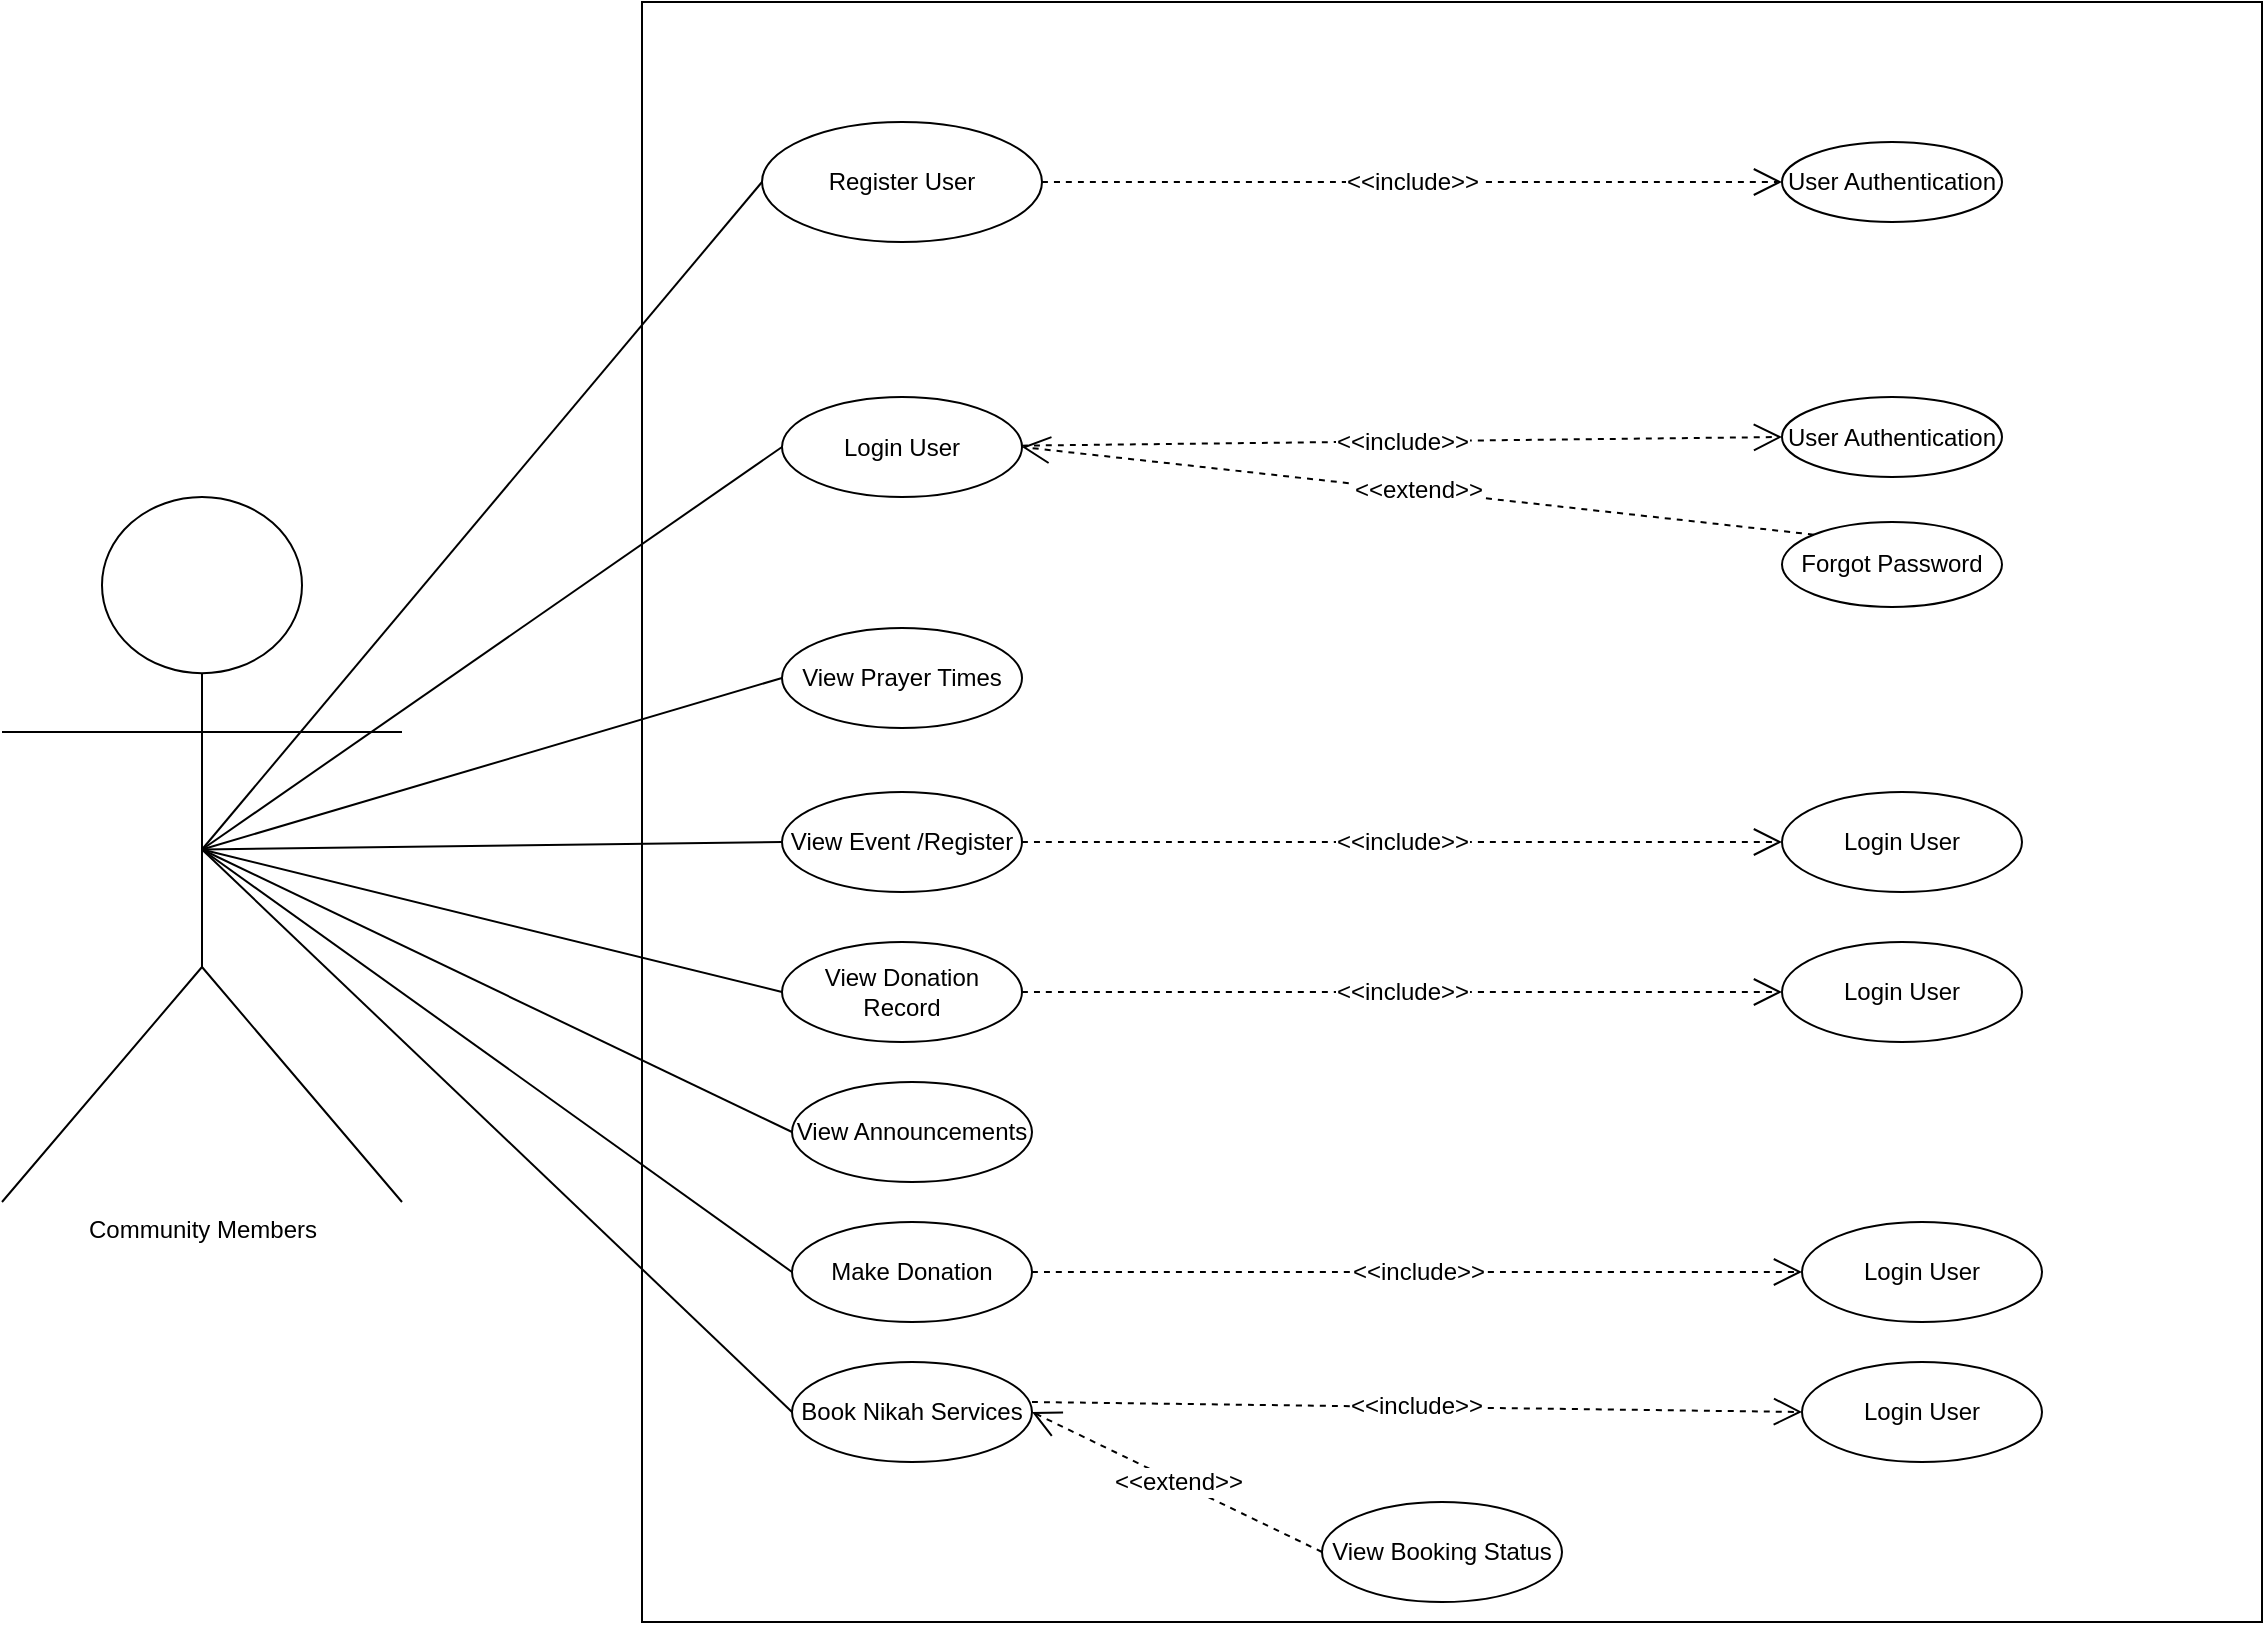
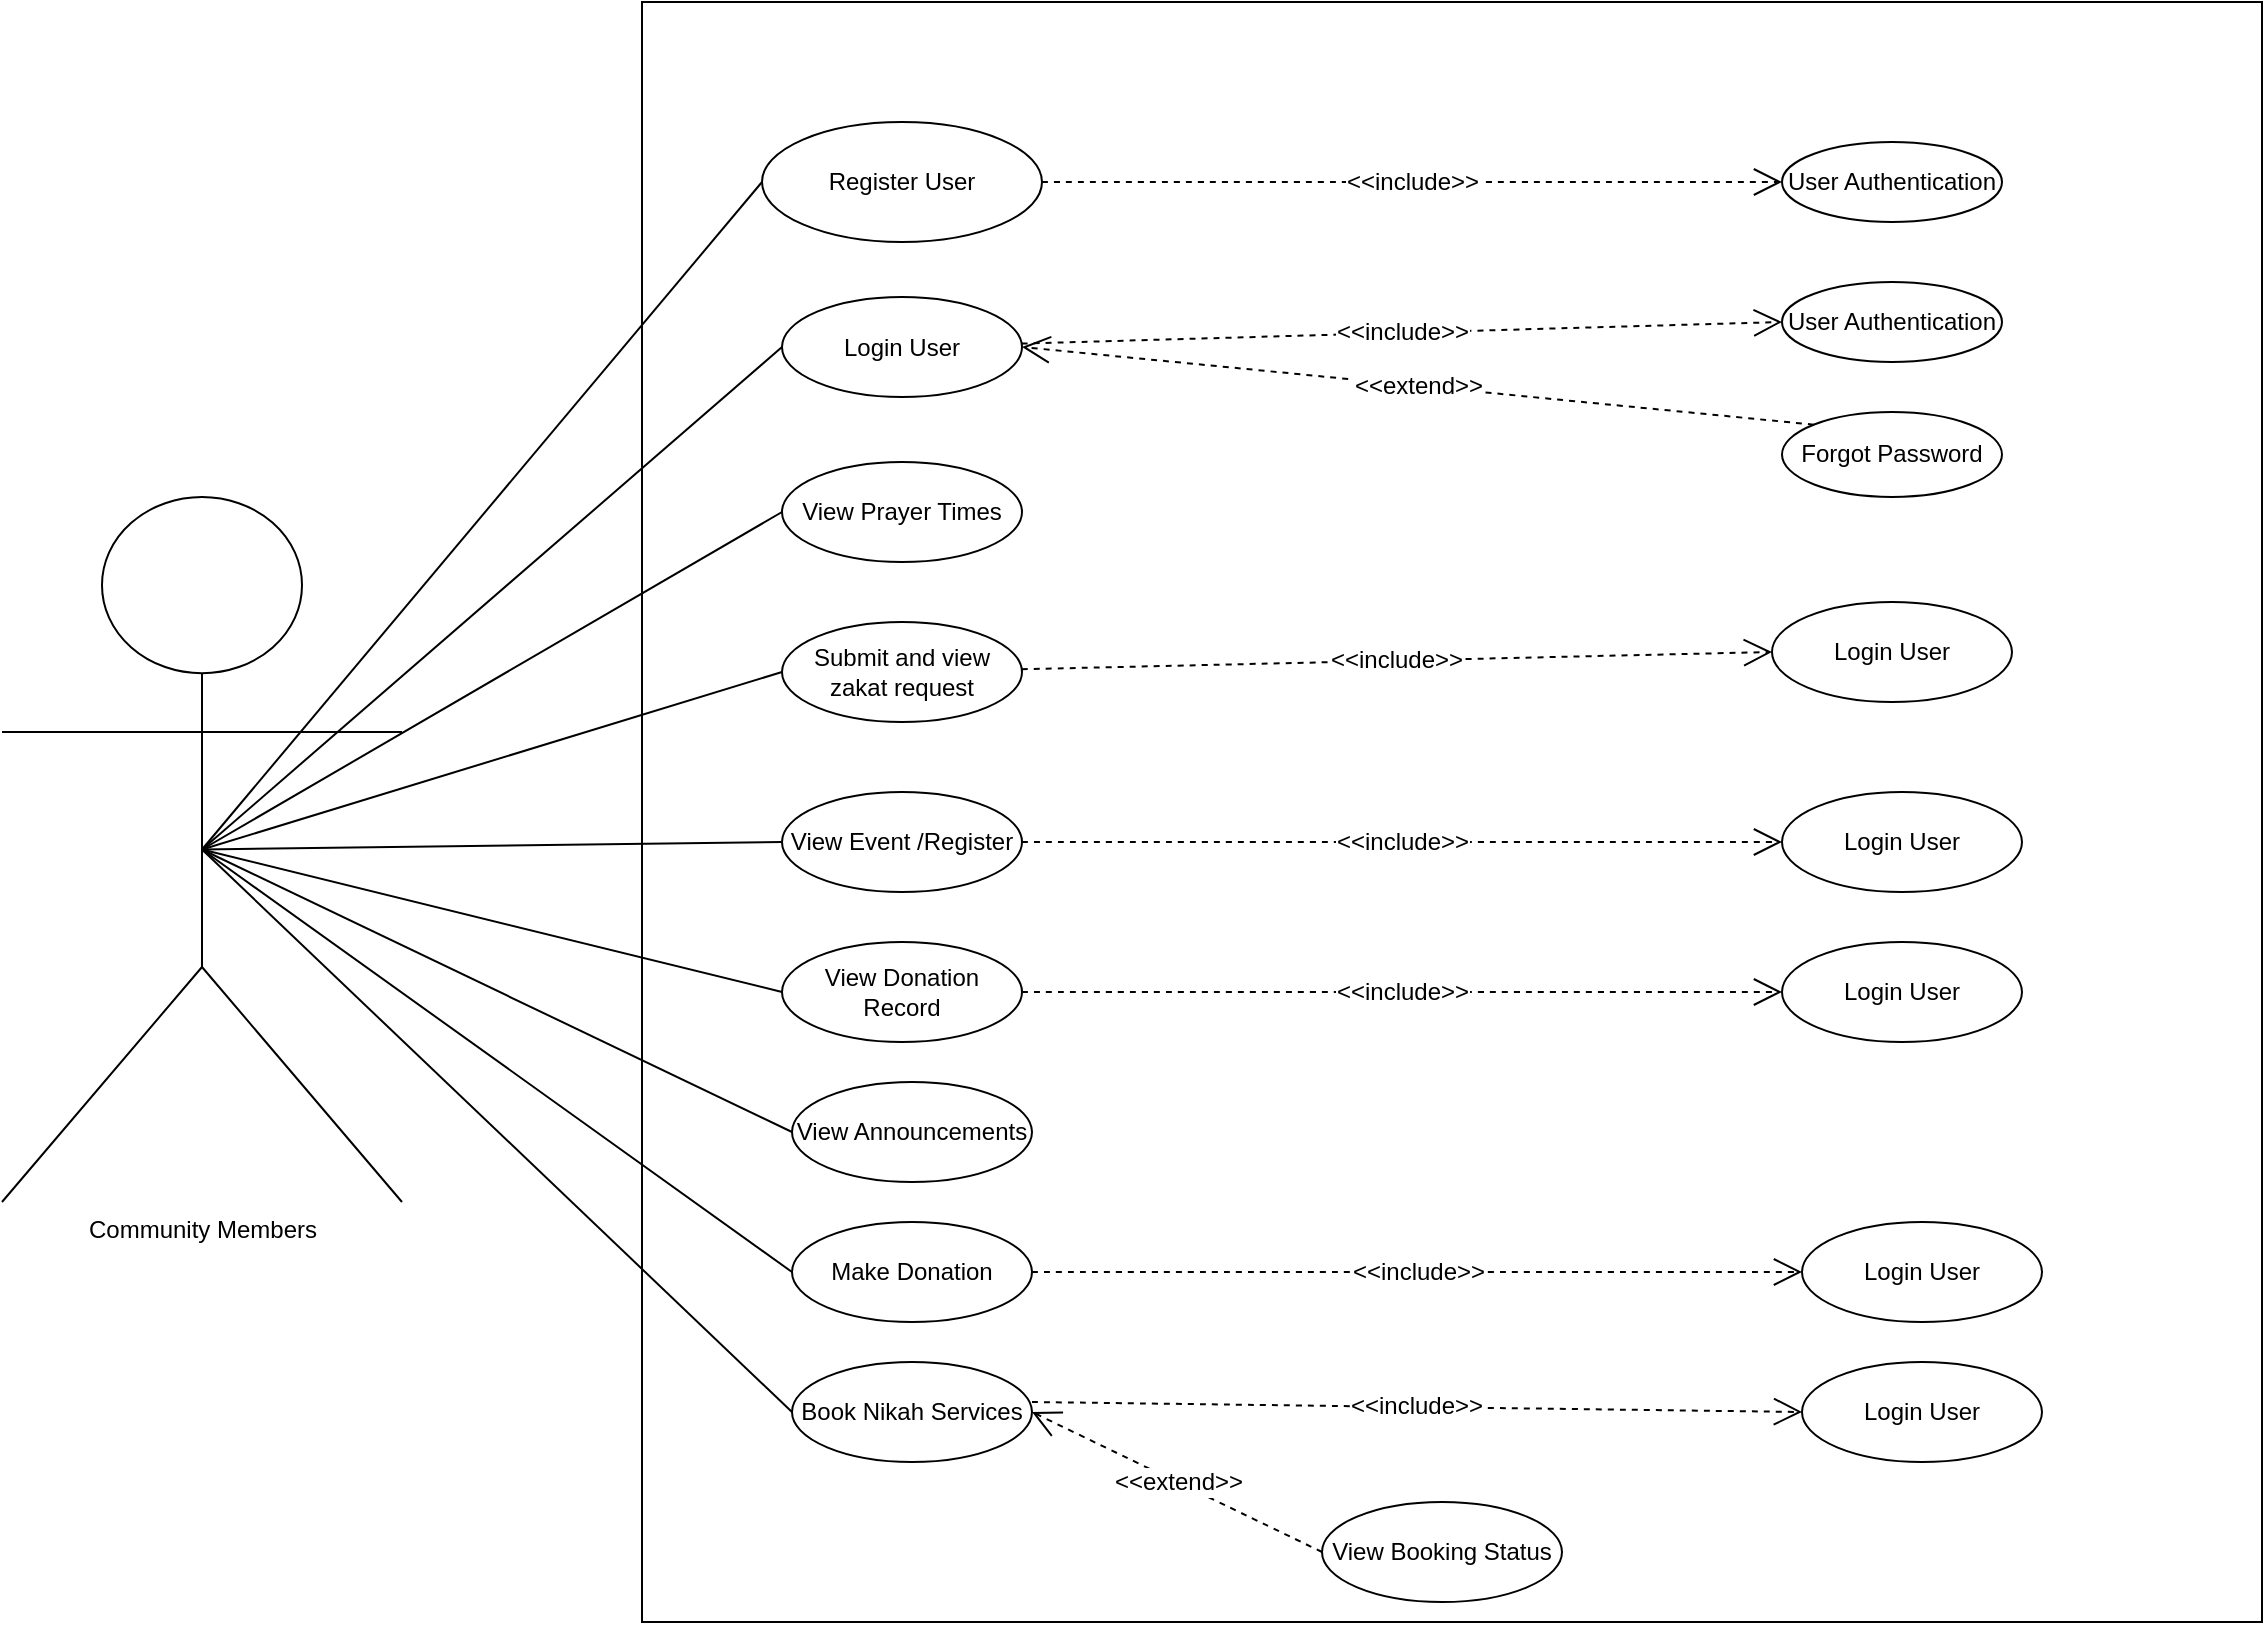
- <mxfile host="app.diagrams.net" agent="Mozilla/5.0 (Windows NT 10.0; Win64; x64) AppleWebKit/537.36 (KHTML, like Gecko) Chrome/141.0.0.0 Safari/537.36" version="28.2.9">
+ <mxfile host="app.diagrams.net" agent="Mozilla/5.0 (Windows NT 10.0; Win64; x64) AppleWebKit/537.36 (KHTML, like Gecko) Chrome/141.0.0.0 Safari/537.36">
  <diagram name="Page-1" id="9bfavSTQwuQy3KMaz-Oy">
-     <mxGraphModel dx="1111" dy="1591" grid="1" gridSize="10" guides="1" tooltips="1" connect="1" arrows="1" fold="1" page="1" pageScale="1" pageWidth="850" pageHeight="1100" math="0" shadow="0">
+     <mxGraphModel dx="1012" dy="1616" grid="1" gridSize="10" guides="1" tooltips="1" connect="1" arrows="1" fold="1" page="1" pageScale="1" pageWidth="850" pageHeight="1100" math="0" shadow="0">
      <root>
        <mxCell id="0" />
        <mxCell id="1" parent="0" />
-         <mxCell id="dQmixdRPevsGkSR00qdN-1" value="Community Members" style="shape=umlActor;verticalLabelPosition=bottom;verticalAlign=top;html=1;outlineConnect=0;fontSize=12;" parent="1" vertex="1">
-           <mxGeometry x="30" y="107.5" width="200" height="352.5" as="geometry" />
+         <mxCell id="dQmixdRPevsGkSR00qdN-1" parent="1" style="shape=umlActor;verticalLabelPosition=bottom;verticalAlign=top;html=1;outlineConnect=0;fontSize=12;" value="Community Members" vertex="1">
+           <mxGeometry height="352.5" width="200" x="30" y="107.5" as="geometry" />
        </mxCell>
-         <mxCell id="dQmixdRPevsGkSR00qdN-2" value="" style="whiteSpace=wrap;html=1;aspect=fixed;fontSize=12;" parent="1" vertex="1">
-           <mxGeometry x="350" y="-140" width="810" height="810" as="geometry" />
+         <mxCell id="dQmixdRPevsGkSR00qdN-2" parent="1" style="whiteSpace=wrap;html=1;aspect=fixed;fontSize=12;" value="" vertex="1">
+           <mxGeometry height="810" width="810" x="350" y="-140" as="geometry" />
        </mxCell>
-         <mxCell id="dQmixdRPevsGkSR00qdN-4" value="Register User" style="ellipse;whiteSpace=wrap;html=1;fontSize=12;" parent="1" vertex="1">
-           <mxGeometry x="410" y="-80" width="140" height="60" as="geometry" />
+         <mxCell id="dQmixdRPevsGkSR00qdN-4" parent="1" style="ellipse;whiteSpace=wrap;html=1;fontSize=12;" value="Register User" vertex="1">
+           <mxGeometry height="60" width="140" x="410" y="-80" as="geometry" />
        </mxCell>
-         <mxCell id="dQmixdRPevsGkSR00qdN-5" value="User Authentication" style="ellipse;whiteSpace=wrap;html=1;fontSize=12;" parent="1" vertex="1">
-           <mxGeometry x="920" y="-70" width="110" height="40" as="geometry" />
+         <mxCell id="dQmixdRPevsGkSR00qdN-5" parent="1" style="ellipse;whiteSpace=wrap;html=1;fontSize=12;" value="User Authentication" vertex="1">
+           <mxGeometry height="40" width="110" x="920" y="-70" as="geometry" />
        </mxCell>
-         <mxCell id="dQmixdRPevsGkSR00qdN-6" value="&amp;lt;&amp;lt;include&amp;gt;&amp;gt;" style="endArrow=open;endSize=12;dashed=1;html=1;rounded=0;fontSize=12;curved=1;entryX=0;entryY=0.5;entryDx=0;entryDy=0;exitX=1;exitY=0.5;exitDx=0;exitDy=0;" parent="1" source="dQmixdRPevsGkSR00qdN-4" target="dQmixdRPevsGkSR00qdN-5" edge="1">
-           <mxGeometry width="160" relative="1" as="geometry">
+         <mxCell id="dQmixdRPevsGkSR00qdN-6" edge="1" parent="1" source="dQmixdRPevsGkSR00qdN-4" style="endArrow=open;endSize=12;dashed=1;html=1;rounded=0;fontSize=12;curved=1;entryX=0;entryY=0.5;entryDx=0;entryDy=0;exitX=1;exitY=0.5;exitDx=0;exitDy=0;" target="dQmixdRPevsGkSR00qdN-5" value="&amp;lt;&amp;lt;include&amp;gt;&amp;gt;">
+           <mxGeometry relative="1" width="160" as="geometry">
            <mxPoint x="600" y="164.5" as="sourcePoint" />
            <mxPoint x="760" y="164.5" as="targetPoint" />
          </mxGeometry>
        </mxCell>
-         <mxCell id="dQmixdRPevsGkSR00qdN-19" value="Login User" style="ellipse;whiteSpace=wrap;html=1;fontSize=12;" parent="1" vertex="1">
-           <mxGeometry x="420" y="57.5" width="120" height="50" as="geometry" />
+         <mxCell id="dQmixdRPevsGkSR00qdN-19" parent="1" style="ellipse;whiteSpace=wrap;html=1;fontSize=12;" value="Login User" vertex="1">
+           <mxGeometry height="50" width="120" x="420" y="7.5" as="geometry" />
        </mxCell>
-         <mxCell id="dQmixdRPevsGkSR00qdN-21" value="&amp;lt;&amp;lt;include&amp;gt;&amp;gt;" style="endArrow=open;endSize=12;dashed=1;html=1;rounded=0;fontSize=12;curved=1;entryX=0;entryY=0.5;entryDx=0;entryDy=0;" parent="1" source="dQmixdRPevsGkSR00qdN-19" target="du6Cbf500NjESofIYR1U-1" edge="1">
-           <mxGeometry width="160" relative="1" as="geometry">
+         <mxCell id="dQmixdRPevsGkSR00qdN-21" edge="1" parent="1" source="dQmixdRPevsGkSR00qdN-19" style="endArrow=open;endSize=12;dashed=1;html=1;rounded=0;fontSize=12;curved=1;entryX=0;entryY=0.5;entryDx=0;entryDy=0;" target="du6Cbf500NjESofIYR1U-1" value="&amp;lt;&amp;lt;include&amp;gt;&amp;gt;">
+           <mxGeometry relative="1" width="160" as="geometry">
            <mxPoint x="550" y="25" as="sourcePoint" />
            <mxPoint x="920.0690007894971" y="75.839033988947" as="targetPoint" />
          </mxGeometry>
        </mxCell>
-         <mxCell id="dQmixdRPevsGkSR00qdN-24" value="Forgot Password" style="ellipse;whiteSpace=wrap;html=1;fontSize=12;" parent="1" vertex="1">
-           <mxGeometry x="920" y="120" width="110" height="42.5" as="geometry" />
+         <mxCell id="dQmixdRPevsGkSR00qdN-24" parent="1" style="ellipse;whiteSpace=wrap;html=1;fontSize=12;" value="Forgot Password" vertex="1">
+           <mxGeometry height="42.5" width="110" x="920" y="65" as="geometry" />
        </mxCell>
-         <mxCell id="dQmixdRPevsGkSR00qdN-25" value="&amp;lt;&amp;lt;extend&amp;gt;&amp;gt;" style="endArrow=open;endSize=12;dashed=1;html=1;rounded=0;fontSize=12;curved=1;exitX=0;exitY=0;exitDx=0;exitDy=0;entryX=1;entryY=0.5;entryDx=0;entryDy=0;" parent="1" source="dQmixdRPevsGkSR00qdN-24" target="dQmixdRPevsGkSR00qdN-19" edge="1">
-           <mxGeometry width="160" relative="1" as="geometry">
+         <mxCell id="dQmixdRPevsGkSR00qdN-25" edge="1" parent="1" source="dQmixdRPevsGkSR00qdN-24" style="endArrow=open;endSize=12;dashed=1;html=1;rounded=0;fontSize=12;curved=1;exitX=0;exitY=0;exitDx=0;exitDy=0;entryX=1;entryY=0.5;entryDx=0;entryDy=0;" target="dQmixdRPevsGkSR00qdN-19" value="&amp;lt;&amp;lt;extend&amp;gt;&amp;gt;">
+           <mxGeometry relative="1" width="160" as="geometry">
            <mxPoint x="740" y="181.25" as="sourcePoint" />
            <mxPoint x="920" y="125" as="targetPoint" />
          </mxGeometry>
        </mxCell>
-         <mxCell id="dQmixdRPevsGkSR00qdN-26" value="View Prayer Times" style="ellipse;whiteSpace=wrap;html=1;fontSize=12;" parent="1" vertex="1">
-           <mxGeometry x="420" y="173" width="120" height="50" as="geometry" />
+         <mxCell id="dQmixdRPevsGkSR00qdN-26" parent="1" style="ellipse;whiteSpace=wrap;html=1;fontSize=12;" value="View Prayer Times" vertex="1">
+           <mxGeometry height="50" width="120" x="420" y="90" as="geometry" />
        </mxCell>
-         <mxCell id="dQmixdRPevsGkSR00qdN-27" value="View Event /Register" style="ellipse;whiteSpace=wrap;html=1;fontSize=12;" parent="1" vertex="1">
-           <mxGeometry x="420" y="255" width="120" height="50" as="geometry" />
+         <mxCell id="dQmixdRPevsGkSR00qdN-27" parent="1" style="ellipse;whiteSpace=wrap;html=1;fontSize=12;" value="View Event /Register" vertex="1">
+           <mxGeometry height="50" width="120" x="420" y="255" as="geometry" />
        </mxCell>
-         <mxCell id="dQmixdRPevsGkSR00qdN-28" value="View Donation Record" style="ellipse;whiteSpace=wrap;html=1;fontSize=12;" parent="1" vertex="1">
-           <mxGeometry x="420" y="330" width="120" height="50" as="geometry" />
+         <mxCell id="dQmixdRPevsGkSR00qdN-28" parent="1" style="ellipse;whiteSpace=wrap;html=1;fontSize=12;" value="View Donation Record" vertex="1">
+           <mxGeometry height="50" width="120" x="420" y="330" as="geometry" />
        </mxCell>
-         <mxCell id="dQmixdRPevsGkSR00qdN-29" value="Login User" style="ellipse;whiteSpace=wrap;html=1;fontSize=12;" parent="1" vertex="1">
-           <mxGeometry x="920" y="330" width="120" height="50" as="geometry" />
+         <mxCell id="dQmixdRPevsGkSR00qdN-29" parent="1" style="ellipse;whiteSpace=wrap;html=1;fontSize=12;" value="Login User" vertex="1">
+           <mxGeometry height="50" width="120" x="920" y="330" as="geometry" />
        </mxCell>
-         <mxCell id="dQmixdRPevsGkSR00qdN-30" value="&amp;lt;&amp;lt;include&amp;gt;&amp;gt;" style="endArrow=open;endSize=12;dashed=1;html=1;rounded=0;fontSize=12;curved=1;entryX=0;entryY=0.5;entryDx=0;entryDy=0;" parent="1" source="dQmixdRPevsGkSR00qdN-28" target="dQmixdRPevsGkSR00qdN-29" edge="1">
-           <mxGeometry width="160" relative="1" as="geometry">
+         <mxCell id="dQmixdRPevsGkSR00qdN-30" edge="1" parent="1" source="dQmixdRPevsGkSR00qdN-28" style="endArrow=open;endSize=12;dashed=1;html=1;rounded=0;fontSize=12;curved=1;entryX=0;entryY=0.5;entryDx=0;entryDy=0;" target="dQmixdRPevsGkSR00qdN-29" value="&amp;lt;&amp;lt;include&amp;gt;&amp;gt;">
+           <mxGeometry relative="1" width="160" as="geometry">
            <mxPoint x="575" y="420" as="sourcePoint" />
            <mxPoint x="735" y="420" as="targetPoint" />
          </mxGeometry>
        </mxCell>
-         <mxCell id="dQmixdRPevsGkSR00qdN-31" value="View Announcements" style="ellipse;whiteSpace=wrap;html=1;fontSize=12;" parent="1" vertex="1">
-           <mxGeometry x="425" y="400" width="120" height="50" as="geometry" />
+         <mxCell id="dQmixdRPevsGkSR00qdN-31" parent="1" style="ellipse;whiteSpace=wrap;html=1;fontSize=12;" value="View Announcements" vertex="1">
+           <mxGeometry height="50" width="120" x="425" y="400" as="geometry" />
        </mxCell>
-         <mxCell id="dQmixdRPevsGkSR00qdN-32" value="Make Donation" style="ellipse;whiteSpace=wrap;html=1;fontSize=12;" parent="1" vertex="1">
-           <mxGeometry x="425" y="470" width="120" height="50" as="geometry" />
+         <mxCell id="dQmixdRPevsGkSR00qdN-32" parent="1" style="ellipse;whiteSpace=wrap;html=1;fontSize=12;" value="Make Donation" vertex="1">
+           <mxGeometry height="50" width="120" x="425" y="470" as="geometry" />
        </mxCell>
-         <mxCell id="dQmixdRPevsGkSR00qdN-33" value="Login User" style="ellipse;whiteSpace=wrap;html=1;fontSize=12;" parent="1" vertex="1">
-           <mxGeometry x="930" y="470" width="120" height="50" as="geometry" />
+         <mxCell id="dQmixdRPevsGkSR00qdN-33" parent="1" style="ellipse;whiteSpace=wrap;html=1;fontSize=12;" value="Login User" vertex="1">
+           <mxGeometry height="50" width="120" x="930" y="470" as="geometry" />
        </mxCell>
-         <mxCell id="dQmixdRPevsGkSR00qdN-34" value="&amp;lt;&amp;lt;include&amp;gt;&amp;gt;" style="endArrow=open;endSize=12;dashed=1;html=1;rounded=0;fontSize=12;curved=1;entryX=0;entryY=0.5;entryDx=0;entryDy=0;exitX=1;exitY=0.5;exitDx=0;exitDy=0;" parent="1" source="dQmixdRPevsGkSR00qdN-32" target="dQmixdRPevsGkSR00qdN-33" edge="1">
-           <mxGeometry width="160" relative="1" as="geometry">
+         <mxCell id="dQmixdRPevsGkSR00qdN-34" edge="1" parent="1" source="dQmixdRPevsGkSR00qdN-32" style="endArrow=open;endSize=12;dashed=1;html=1;rounded=0;fontSize=12;curved=1;entryX=0;entryY=0.5;entryDx=0;entryDy=0;exitX=1;exitY=0.5;exitDx=0;exitDy=0;" target="dQmixdRPevsGkSR00qdN-33" value="&amp;lt;&amp;lt;include&amp;gt;&amp;gt;">
+           <mxGeometry relative="1" width="160" as="geometry">
            <mxPoint x="560" y="492" as="sourcePoint" />
            <mxPoint x="755" y="560" as="targetPoint" />
          </mxGeometry>
        </mxCell>
-         <mxCell id="dQmixdRPevsGkSR00qdN-35" value="Login User" style="ellipse;whiteSpace=wrap;html=1;fontSize=12;" parent="1" vertex="1">
-           <mxGeometry x="920" y="255" width="120" height="50" as="geometry" />
+         <mxCell id="dQmixdRPevsGkSR00qdN-35" parent="1" style="ellipse;whiteSpace=wrap;html=1;fontSize=12;" value="Login User" vertex="1">
+           <mxGeometry height="50" width="120" x="920" y="255" as="geometry" />
        </mxCell>
-         <mxCell id="dQmixdRPevsGkSR00qdN-36" value="&amp;lt;&amp;lt;include&amp;gt;&amp;gt;" style="endArrow=open;endSize=12;dashed=1;html=1;rounded=0;fontSize=12;curved=1;entryX=0;entryY=0.5;entryDx=0;entryDy=0;exitX=1;exitY=0.5;exitDx=0;exitDy=0;" parent="1" source="dQmixdRPevsGkSR00qdN-27" target="dQmixdRPevsGkSR00qdN-35" edge="1">
-           <mxGeometry width="160" relative="1" as="geometry">
+         <mxCell id="dQmixdRPevsGkSR00qdN-36" edge="1" parent="1" source="dQmixdRPevsGkSR00qdN-27" style="endArrow=open;endSize=12;dashed=1;html=1;rounded=0;fontSize=12;curved=1;entryX=0;entryY=0.5;entryDx=0;entryDy=0;exitX=1;exitY=0.5;exitDx=0;exitDy=0;" target="dQmixdRPevsGkSR00qdN-35" value="&amp;lt;&amp;lt;include&amp;gt;&amp;gt;">
+           <mxGeometry relative="1" width="160" as="geometry">
            <mxPoint x="560" y="285" as="sourcePoint" />
            <mxPoint x="755" y="350" as="targetPoint" />
          </mxGeometry>
        </mxCell>
-         <mxCell id="dQmixdRPevsGkSR00qdN-37" value="Book Nikah Services" style="ellipse;whiteSpace=wrap;html=1;fontSize=12;" parent="1" vertex="1">
-           <mxGeometry x="425" y="540" width="120" height="50" as="geometry" />
+         <mxCell id="dQmixdRPevsGkSR00qdN-37" parent="1" style="ellipse;whiteSpace=wrap;html=1;fontSize=12;" value="Book Nikah Services" vertex="1">
+           <mxGeometry height="50" width="120" x="425" y="540" as="geometry" />
        </mxCell>
-         <mxCell id="dQmixdRPevsGkSR00qdN-38" value="&amp;lt;&amp;lt;include&amp;gt;&amp;gt;" style="endArrow=open;endSize=12;dashed=1;html=1;rounded=0;fontSize=12;curved=1;exitX=1;exitY=0.4;exitDx=0;exitDy=0;exitPerimeter=0;entryX=0;entryY=0.5;entryDx=0;entryDy=0;" parent="1" source="dQmixdRPevsGkSR00qdN-37" target="dQmixdRPevsGkSR00qdN-39" edge="1">
-           <mxGeometry width="160" relative="1" as="geometry">
+         <mxCell id="dQmixdRPevsGkSR00qdN-38" edge="1" parent="1" source="dQmixdRPevsGkSR00qdN-37" style="endArrow=open;endSize=12;dashed=1;html=1;rounded=0;fontSize=12;curved=1;exitX=1;exitY=0.4;exitDx=0;exitDy=0;exitPerimeter=0;entryX=0;entryY=0.5;entryDx=0;entryDy=0;" target="dQmixdRPevsGkSR00qdN-39" value="&amp;lt;&amp;lt;include&amp;gt;&amp;gt;">
+           <mxGeometry relative="1" width="160" as="geometry">
            <mxPoint x="545" y="360" as="sourcePoint" />
            <mxPoint x="715" y="360" as="targetPoint" />
          </mxGeometry>
        </mxCell>
-         <mxCell id="dQmixdRPevsGkSR00qdN-39" value="Login User" style="ellipse;whiteSpace=wrap;html=1;fontSize=12;" parent="1" vertex="1">
-           <mxGeometry x="930" y="540" width="120" height="50" as="geometry" />
+         <mxCell id="dQmixdRPevsGkSR00qdN-39" parent="1" style="ellipse;whiteSpace=wrap;html=1;fontSize=12;" value="Login User" vertex="1">
+           <mxGeometry height="50" width="120" x="930" y="540" as="geometry" />
        </mxCell>
-         <mxCell id="dQmixdRPevsGkSR00qdN-40" value=" View Booking Status" style="ellipse;whiteSpace=wrap;html=1;fontSize=12;" parent="1" vertex="1">
-           <mxGeometry x="690" y="610" width="120" height="50" as="geometry" />
+         <mxCell id="dQmixdRPevsGkSR00qdN-40" parent="1" style="ellipse;whiteSpace=wrap;html=1;fontSize=12;" value=" View Booking Status" vertex="1">
+           <mxGeometry height="50" width="120" x="690" y="610" as="geometry" />
        </mxCell>
-         <mxCell id="dQmixdRPevsGkSR00qdN-41" value="&amp;lt;&amp;lt;extend&amp;gt;&amp;gt;" style="endArrow=open;endSize=12;dashed=1;html=1;rounded=0;fontSize=12;curved=1;exitX=0;exitY=0.5;exitDx=0;exitDy=0;entryX=1;entryY=0.5;entryDx=0;entryDy=0;" parent="1" source="dQmixdRPevsGkSR00qdN-40" target="dQmixdRPevsGkSR00qdN-37" edge="1">
-           <mxGeometry width="160" relative="1" as="geometry">
+         <mxCell id="dQmixdRPevsGkSR00qdN-41" edge="1" parent="1" source="dQmixdRPevsGkSR00qdN-40" style="endArrow=open;endSize=12;dashed=1;html=1;rounded=0;fontSize=12;curved=1;exitX=0;exitY=0.5;exitDx=0;exitDy=0;entryX=1;entryY=0.5;entryDx=0;entryDy=0;" target="dQmixdRPevsGkSR00qdN-37" value="&amp;lt;&amp;lt;extend&amp;gt;&amp;gt;">
+           <mxGeometry relative="1" width="160" as="geometry">
            <mxPoint x="1017" y="694" as="sourcePoint" />
            <mxPoint x="485" y="640" as="targetPoint" />
          </mxGeometry>
        </mxCell>
-         <mxCell id="dQmixdRPevsGkSR00qdN-42" value="" style="endArrow=none;html=1;rounded=0;exitX=0.5;exitY=0.5;exitDx=0;exitDy=0;exitPerimeter=0;entryX=0;entryY=0.5;entryDx=0;entryDy=0;" parent="1" source="dQmixdRPevsGkSR00qdN-1" target="dQmixdRPevsGkSR00qdN-4" edge="1">
-           <mxGeometry width="50" height="50" relative="1" as="geometry">
+         <mxCell id="dQmixdRPevsGkSR00qdN-42" edge="1" parent="1" source="dQmixdRPevsGkSR00qdN-1" style="endArrow=none;html=1;rounded=0;exitX=0.5;exitY=0.5;exitDx=0;exitDy=0;exitPerimeter=0;entryX=0;entryY=0.5;entryDx=0;entryDy=0;" target="dQmixdRPevsGkSR00qdN-4" value="">
+           <mxGeometry height="50" relative="1" width="50" as="geometry">
            <mxPoint x="510" y="230" as="sourcePoint" />
            <mxPoint x="560" y="180" as="targetPoint" />
          </mxGeometry>
        </mxCell>
-         <mxCell id="dQmixdRPevsGkSR00qdN-43" value="" style="endArrow=none;html=1;rounded=0;entryX=0;entryY=0.5;entryDx=0;entryDy=0;exitX=0.5;exitY=0.5;exitDx=0;exitDy=0;exitPerimeter=0;" parent="1" source="dQmixdRPevsGkSR00qdN-1" target="dQmixdRPevsGkSR00qdN-19" edge="1">
-           <mxGeometry width="50" height="50" relative="1" as="geometry">
+         <mxCell id="dQmixdRPevsGkSR00qdN-43" edge="1" parent="1" source="dQmixdRPevsGkSR00qdN-1" style="endArrow=none;html=1;rounded=0;entryX=0;entryY=0.5;entryDx=0;entryDy=0;exitX=0.5;exitY=0.5;exitDx=0;exitDy=0;exitPerimeter=0;" target="dQmixdRPevsGkSR00qdN-19" value="">
+           <mxGeometry height="50" relative="1" width="50" as="geometry">
            <mxPoint x="510" y="230" as="sourcePoint" />
            <mxPoint x="560" y="180" as="targetPoint" />
          </mxGeometry>
        </mxCell>
-         <mxCell id="dQmixdRPevsGkSR00qdN-44" value="" style="endArrow=none;html=1;rounded=0;entryX=0;entryY=0.5;entryDx=0;entryDy=0;exitX=0.5;exitY=0.5;exitDx=0;exitDy=0;exitPerimeter=0;" parent="1" source="dQmixdRPevsGkSR00qdN-1" target="dQmixdRPevsGkSR00qdN-26" edge="1">
-           <mxGeometry width="50" height="50" relative="1" as="geometry">
+         <mxCell id="dQmixdRPevsGkSR00qdN-44" edge="1" parent="1" source="dQmixdRPevsGkSR00qdN-1" style="endArrow=none;html=1;rounded=0;entryX=0;entryY=0.5;entryDx=0;entryDy=0;exitX=0.5;exitY=0.5;exitDx=0;exitDy=0;exitPerimeter=0;" target="dQmixdRPevsGkSR00qdN-26" value="">
+           <mxGeometry height="50" relative="1" width="50" as="geometry">
            <mxPoint x="260" y="300" as="sourcePoint" />
            <mxPoint x="310" y="250" as="targetPoint" />
          </mxGeometry>
        </mxCell>
-         <mxCell id="dQmixdRPevsGkSR00qdN-45" value="" style="endArrow=none;html=1;rounded=0;entryX=0;entryY=0.5;entryDx=0;entryDy=0;exitX=0.5;exitY=0.5;exitDx=0;exitDy=0;exitPerimeter=0;" parent="1" source="dQmixdRPevsGkSR00qdN-1" target="dQmixdRPevsGkSR00qdN-27" edge="1">
-           <mxGeometry width="50" height="50" relative="1" as="geometry">
+         <mxCell id="dQmixdRPevsGkSR00qdN-45" edge="1" parent="1" source="dQmixdRPevsGkSR00qdN-1" style="endArrow=none;html=1;rounded=0;entryX=0;entryY=0.5;entryDx=0;entryDy=0;exitX=0.5;exitY=0.5;exitDx=0;exitDy=0;exitPerimeter=0;" target="dQmixdRPevsGkSR00qdN-27" value="">
+           <mxGeometry height="50" relative="1" width="50" as="geometry">
            <mxPoint x="170" y="360" as="sourcePoint" />
            <mxPoint x="220" y="310" as="targetPoint" />
          </mxGeometry>
        </mxCell>
-         <mxCell id="dQmixdRPevsGkSR00qdN-46" value="" style="endArrow=none;html=1;rounded=0;entryX=0;entryY=0.5;entryDx=0;entryDy=0;exitX=0.5;exitY=0.5;exitDx=0;exitDy=0;exitPerimeter=0;" parent="1" source="dQmixdRPevsGkSR00qdN-1" target="dQmixdRPevsGkSR00qdN-28" edge="1">
-           <mxGeometry width="50" height="50" relative="1" as="geometry">
+         <mxCell id="dQmixdRPevsGkSR00qdN-46" edge="1" parent="1" source="dQmixdRPevsGkSR00qdN-1" style="endArrow=none;html=1;rounded=0;entryX=0;entryY=0.5;entryDx=0;entryDy=0;exitX=0.5;exitY=0.5;exitDx=0;exitDy=0;exitPerimeter=0;" target="dQmixdRPevsGkSR00qdN-28" value="">
+           <mxGeometry height="50" relative="1" width="50" as="geometry">
            <mxPoint x="220" y="370" as="sourcePoint" />
            <mxPoint x="270" y="320" as="targetPoint" />
          </mxGeometry>
        </mxCell>
-         <mxCell id="dQmixdRPevsGkSR00qdN-47" value="" style="endArrow=none;html=1;rounded=0;entryX=0;entryY=0.5;entryDx=0;entryDy=0;exitX=0.5;exitY=0.5;exitDx=0;exitDy=0;exitPerimeter=0;" parent="1" source="dQmixdRPevsGkSR00qdN-1" target="dQmixdRPevsGkSR00qdN-31" edge="1">
-           <mxGeometry width="50" height="50" relative="1" as="geometry">
+         <mxCell id="dQmixdRPevsGkSR00qdN-47" edge="1" parent="1" source="dQmixdRPevsGkSR00qdN-1" style="endArrow=none;html=1;rounded=0;entryX=0;entryY=0.5;entryDx=0;entryDy=0;exitX=0.5;exitY=0.5;exitDx=0;exitDy=0;exitPerimeter=0;" target="dQmixdRPevsGkSR00qdN-31" value="">
+           <mxGeometry height="50" relative="1" width="50" as="geometry">
            <mxPoint x="190" y="440" as="sourcePoint" />
            <mxPoint x="240" y="390" as="targetPoint" />
          </mxGeometry>
        </mxCell>
-         <mxCell id="dQmixdRPevsGkSR00qdN-48" value="" style="endArrow=none;html=1;rounded=0;entryX=0.5;entryY=0.5;entryDx=0;entryDy=0;entryPerimeter=0;exitX=0;exitY=0.5;exitDx=0;exitDy=0;" parent="1" source="dQmixdRPevsGkSR00qdN-32" target="dQmixdRPevsGkSR00qdN-1" edge="1">
-           <mxGeometry width="50" height="50" relative="1" as="geometry">
+         <mxCell id="dQmixdRPevsGkSR00qdN-48" edge="1" parent="1" source="dQmixdRPevsGkSR00qdN-32" style="endArrow=none;html=1;rounded=0;entryX=0.5;entryY=0.5;entryDx=0;entryDy=0;entryPerimeter=0;exitX=0;exitY=0.5;exitDx=0;exitDy=0;" target="dQmixdRPevsGkSR00qdN-1" value="">
+           <mxGeometry height="50" relative="1" width="50" as="geometry">
            <mxPoint x="500" y="390" as="sourcePoint" />
            <mxPoint x="560" y="340" as="targetPoint" />
          </mxGeometry>
        </mxCell>
-         <mxCell id="dQmixdRPevsGkSR00qdN-49" value="" style="endArrow=none;html=1;rounded=0;entryX=0;entryY=0.5;entryDx=0;entryDy=0;exitX=0.5;exitY=0.5;exitDx=0;exitDy=0;exitPerimeter=0;" parent="1" source="dQmixdRPevsGkSR00qdN-1" target="dQmixdRPevsGkSR00qdN-37" edge="1">
-           <mxGeometry width="50" height="50" relative="1" as="geometry">
+         <mxCell id="dQmixdRPevsGkSR00qdN-49" edge="1" parent="1" source="dQmixdRPevsGkSR00qdN-1" style="endArrow=none;html=1;rounded=0;entryX=0;entryY=0.5;entryDx=0;entryDy=0;exitX=0.5;exitY=0.5;exitDx=0;exitDy=0;exitPerimeter=0;" target="dQmixdRPevsGkSR00qdN-37" value="">
+           <mxGeometry height="50" relative="1" width="50" as="geometry">
            <mxPoint x="190" y="560" as="sourcePoint" />
            <mxPoint x="240" y="510" as="targetPoint" />
          </mxGeometry>
        </mxCell>
-         <mxCell id="du6Cbf500NjESofIYR1U-1" value="User Authentication" style="ellipse;whiteSpace=wrap;html=1;fontSize=12;" vertex="1" parent="1">
-           <mxGeometry x="920" y="57.5" width="110" height="40" as="geometry" />
+         <mxCell id="du6Cbf500NjESofIYR1U-1" parent="1" style="ellipse;whiteSpace=wrap;html=1;fontSize=12;" value="User Authentication" vertex="1">
+           <mxGeometry height="40" width="110" x="920" as="geometry" />
+         </mxCell>
+         <mxCell id="95nqdLK_qMgL7hjfVU5F-2" parent="1" style="ellipse;whiteSpace=wrap;html=1;fontSize=12;" value="Submit and view zakat request" vertex="1">
+           <mxGeometry height="50" width="120" x="420" y="170" as="geometry" />
+         </mxCell>
+         <mxCell id="95nqdLK_qMgL7hjfVU5F-4" edge="1" parent="1" source="95nqdLK_qMgL7hjfVU5F-2" style="endArrow=open;endSize=12;dashed=1;html=1;rounded=0;fontSize=12;curved=1;entryX=0;entryY=0.5;entryDx=0;entryDy=0;" target="95nqdLK_qMgL7hjfVU5F-5" value="&amp;lt;&amp;lt;include&amp;gt;&amp;gt;">
+           <mxGeometry relative="1" width="160" as="geometry">
+             <mxPoint x="440" y="184.41" as="sourcePoint" />
+             <mxPoint x="820" y="184.41" as="targetPoint" />
+           </mxGeometry>
+         </mxCell>
+         <mxCell id="95nqdLK_qMgL7hjfVU5F-5" parent="1" style="ellipse;whiteSpace=wrap;html=1;fontSize=12;" value="Login User" vertex="1">
+           <mxGeometry height="50" width="120" x="915" y="160" as="geometry" />
+         </mxCell>
+         <mxCell id="95nqdLK_qMgL7hjfVU5F-7" edge="1" parent="1" source="dQmixdRPevsGkSR00qdN-1" style="endArrow=none;html=1;rounded=0;entryX=0;entryY=0.5;entryDx=0;entryDy=0;exitX=0.5;exitY=0.5;exitDx=0;exitDy=0;exitPerimeter=0;" target="95nqdLK_qMgL7hjfVU5F-2" value="">
+           <mxGeometry height="50" relative="1" width="50" as="geometry">
+             <mxPoint x="300" y="399" as="sourcePoint" />
+             <mxPoint x="590" y="230" as="targetPoint" />
+           </mxGeometry>
        </mxCell>
      </root>
    </mxGraphModel>
  </diagram>
</mxfile>
